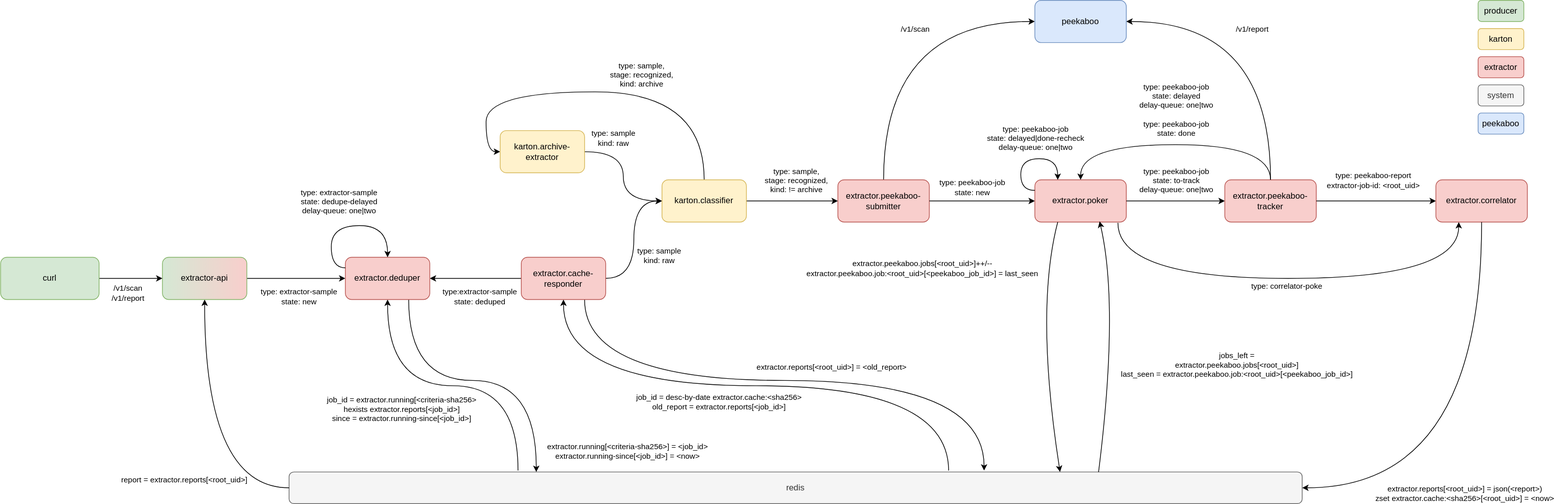
The draw.io diagram extractor.svg in science-computing/expander, before a commit. Source tidied: cells renumbered, new cells last; positions are measured from the earlier drawing's top-left corner, leaving out a move shared by most shapes.
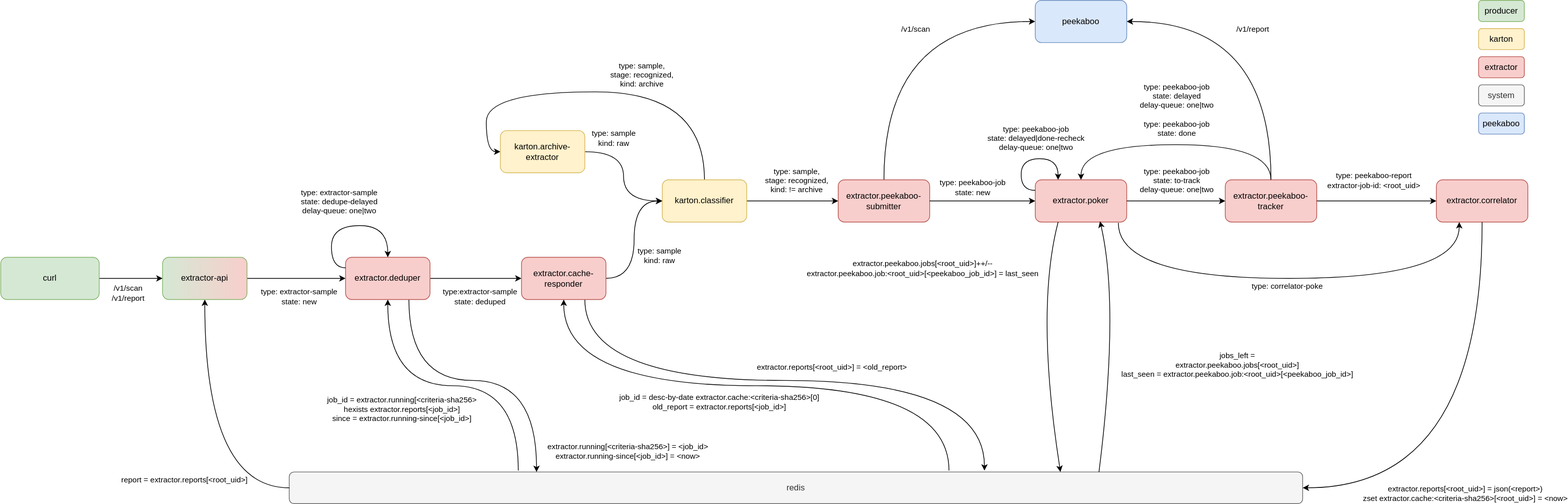
After the commit.

Commit message:
cache-responder: Make caching criteria implicit

Use hashing to produce the cache key similar to the deduper to avoid
tedious explicit matching of additional caching criteria beyond the
sample sha256.

Change to the diagram source:
```diff
@@ -169,7 +169,7 @@
     <mxCell id="37" style="edgeStyle=orthogonalEdgeStyle;curved=1;rounded=0;jettySize=auto;html=1;exitX=0.651;exitY=-0.044;exitDx=0;exitDy=0;exitPerimeter=0;" parent="1" edge="1" source="41" target="64">
       <mxGeometry relative="1" as="geometry" />
     </mxCell>
-    <mxCell id="38" value="&lt;div&gt;job_id = desc-by-date extractor.cache:&amp;lt;sha256&amp;gt;&lt;/div&gt;&lt;div&gt;old_report = extractor.reports[&amp;lt;job_id&amp;gt;]&lt;/div&gt;" style="edgeLabel;html=1;align=center;verticalAlign=middle;" parent="37" vertex="1">
+    <mxCell id="38" value="&lt;div&gt;job_id = desc-by-date extractor.cache:&amp;lt;criteria-sha256&amp;gt;[0]&lt;/div&gt;&lt;div&gt;old_report = extractor.reports[&amp;lt;job_id&amp;gt;]&lt;/div&gt;" style="edgeLabel;html=1;align=center;verticalAlign=middle;" parent="37" vertex="1">
       <mxGeometry x="0.85" y="-42" relative="1" as="geometry">
         <mxPoint x="178" y="88" as="offset" />
       </mxGeometry>
@@ -212,7 +212,7 @@
     <mxCell id="46" style="endArrow=classic;html=1;rounded=0;entryX=1;entryY=0.5;entryDx=0;entryDy=0;exitX=0.5;exitY=1;exitDx=0;exitDy=0;edgeStyle=orthogonalEdgeStyle;curved=1;" parent="1" edge="1" source="35" target="41">
       <mxGeometry relative="1" as="geometry" />
     </mxCell>
-    <mxCell id="47" value="&lt;div&gt;extractor.reports[&amp;lt;root_uid&amp;gt;] = json(&amp;lt;report&amp;gt;)&lt;/div&gt;&lt;div&gt;zset extractor.cache:&amp;lt;sha256&amp;gt;[&amp;lt;root_uid&amp;gt;] = &amp;lt;now&amp;gt;&lt;br&gt;&lt;/div&gt;" style="edgeLabel;html=1;align=center;verticalAlign=middle;" parent="46" vertex="1">
+    <mxCell id="47" value="&lt;div&gt;extractor.reports[&amp;lt;root_uid&amp;gt;] = json(&amp;lt;report&amp;gt;)&lt;/div&gt;&lt;div&gt;zset extractor.cache:&amp;lt;criteria-sha256&amp;gt;[&amp;lt;root_uid&amp;gt;] = &amp;lt;now&amp;gt;&lt;br&gt;&lt;/div&gt;" style="edgeLabel;html=1;align=center;verticalAlign=middle;" parent="46" vertex="1">
       <mxGeometry x="0.18" y="-14" relative="1" as="geometry">
         <mxPoint x="-11" y="11" as="offset" />
       </mxGeometry>
@@ -256,12 +256,12 @@
     <mxCell id="58" value="curl" style="whiteSpace=wrap;html=1;rounded=1;fillColor=#d5e8d4;strokeColor=#82b366;" parent="1" vertex="1">
       <mxGeometry y="365" width="140" height="60" as="geometry" />
     </mxCell>
-    <mxCell id="59" style="edgeStyle=orthogonalEdgeStyle;rounded=0;jettySize=auto;html=1;" parent="1" edge="1" source="64" target="63">
+    <mxCell id="59" style="edgeStyle=orthogonalEdgeStyle;rounded=0;jettySize=auto;html=1;" parent="1" edge="1" source="63" target="64">
       <mxGeometry relative="1" as="geometry" />
     </mxCell>
     <mxCell id="60" value="&lt;div&gt;type:extractor-sample&lt;/div&gt;&lt;div&gt;state: deduped&lt;/div&gt;" style="edgeLabel;html=1;align=center;verticalAlign=middle;" parent="59" vertex="1">
       <mxGeometry x="0.3" y="4" relative="1" as="geometry">
-        <mxPoint x="25" y="21" as="offset" />
+        <mxPoint x="-15" y="29" as="offset" />
       </mxGeometry>
     </mxCell>
     <mxCell id="61" style="edgeStyle=orthogonalEdgeStyle;rounded=0;jettySize=auto;html=1;curved=1;entryX=0.244;entryY=0;entryDx=0;entryDy=0;entryPerimeter=0;exitX=0.75;exitY=1;exitDx=0;exitDy=0;" parent="1" edge="1" source="63" target="41">
```
